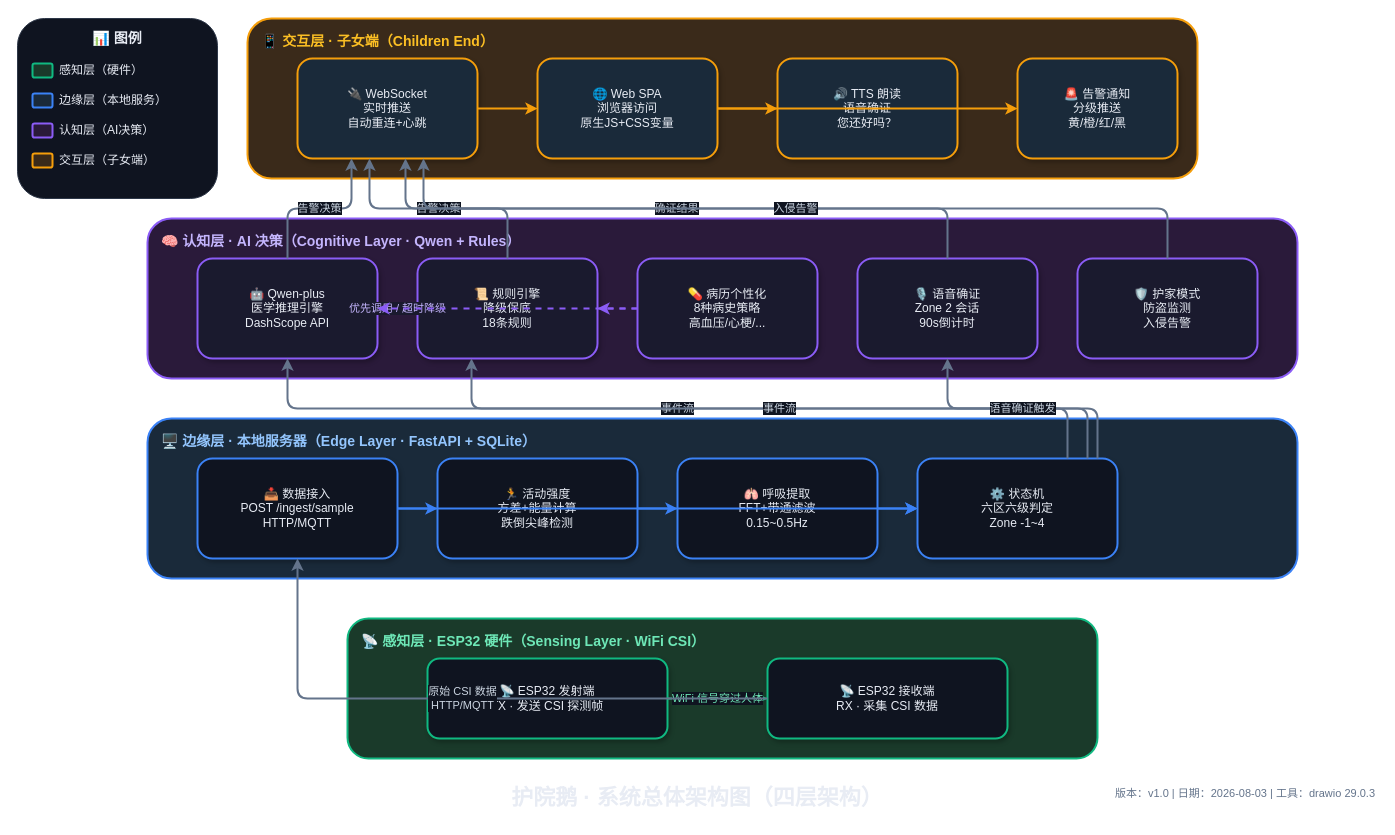
firecangshu/guardgoose keeps this draw.io diagram as docs/diagrams/01_系统架构图.drawio. Above is the earlier version. Source tidied: cells renumbered, new cells numbered last; positions are measured from the earlier drawing's top-left corner, leaving out a move shared by most shapes. Both pictures are drawn from the tidied source at 100%, with x=0, y=0 at pixel (17, 18).
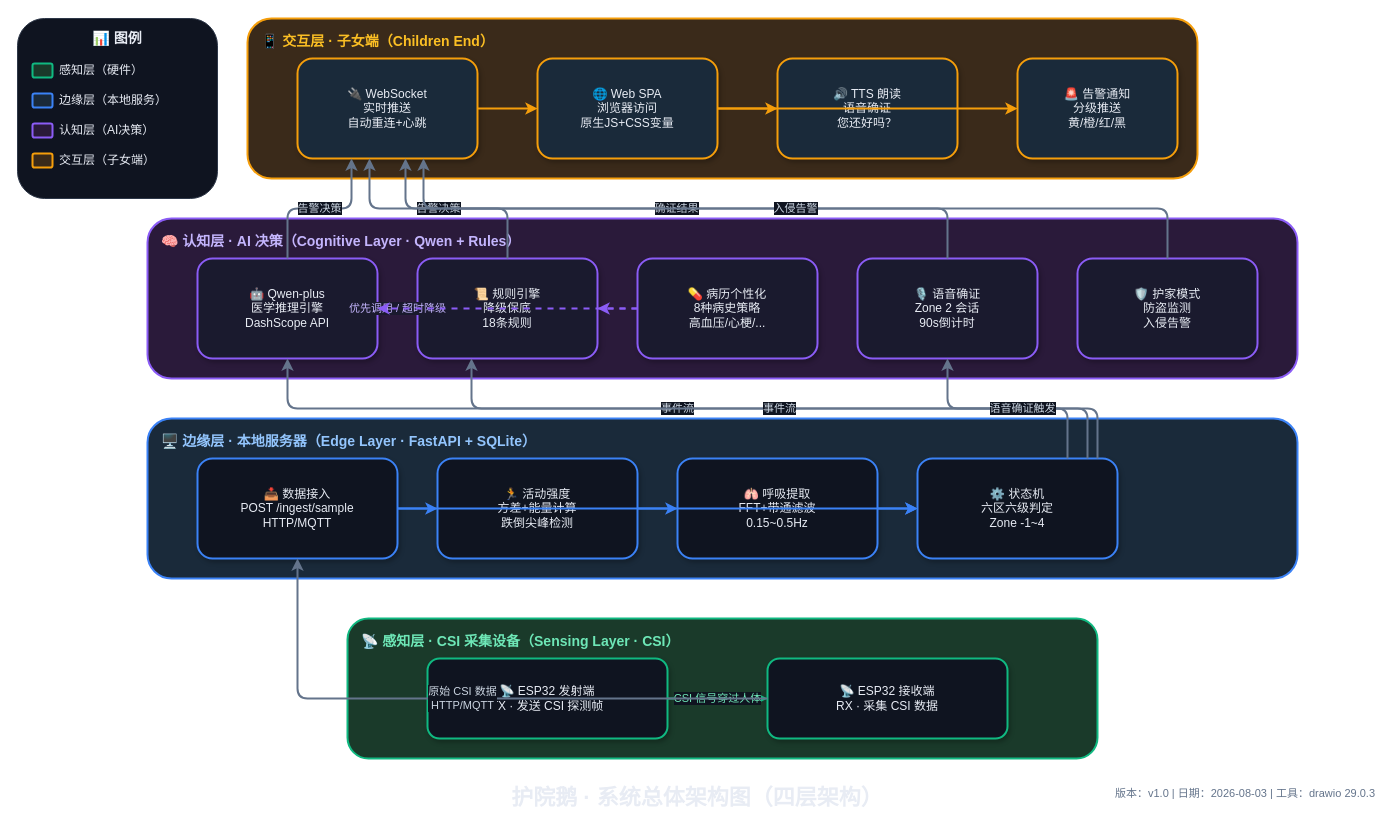
The same diagram, later.

Unchanged cells that the change refers to:
```xml
<mxCell id="20" value="📡 ESP32 发射端&#10;TX · 发送 CSI 探测帧" style="rounded=1;whiteSpace=wrap;html=1;fillColor=#0f1420;strokeColor=#10b981;strokeWidth=2;fontColor=#e8ecf4;fontSize=12;fontFamily=Microsoft YaHei;shadow=1;" parent="1" vertex="1">
  <mxGeometry x="410" y="640" width="240" height="80" as="geometry" />
</mxCell>
<mxCell id="21" value="📡 ESP32 接收端&#10;RX · 采集 CSI 数据" style="rounded=1;whiteSpace=wrap;html=1;fillColor=#0f1420;strokeColor=#10b981;strokeWidth=2;fontColor=#e8ecf4;fontSize=12;fontFamily=Microsoft YaHei;shadow=1;" parent="1" vertex="1">
  <mxGeometry x="750" y="640" width="240" height="80" as="geometry" />
</mxCell>
```

Diff of the diagram source:
```diff
@@
-    <mxCell id="19" value="📡 感知层 · ESP32 硬件（Sensing Layer · WiFi CSI）" style="rounded=1;whiteSpace=wrap;html=1;fillColor=#1a3a2a;strokeColor=#10b981;strokeWidth=2;fontColor=#6ee7b7;fontSize=14;fontStyle=1;fontFamily=Microsoft YaHei;verticalAlign=top;align=left;spacingLeft=12;spacingTop=8;" parent="1" vertex="1">
+    <mxCell id="19" value="📡 感知层 · CSI 采集设备（Sensing Layer · CSI）" style="rounded=1;whiteSpace=wrap;html=1;fillColor=#1a3a2a;strokeColor=#10b981;strokeWidth=2;fontColor=#6ee7b7;fontSize=14;fontStyle=1;fontFamily=Microsoft YaHei;verticalAlign=top;align=left;spacingLeft=12;spacingTop=8;" parent="1" vertex="1">
       <mxGeometry x="330" y="600" width="750" height="140" as="geometry" />
     </mxCell>
@@
-    <mxCell id="22" value="WiFi 信号穿过人体" style="edgeStyle=orthogonalEdgeStyle;rounded=1;jettySize=auto;html=1;strokeColor=#10b981;strokeWidth=2;fontColor=#6ee7b7;fontSize=11;fontFamily=Microsoft YaHei;labelBackgroundColor=#0f1420;" parent="1" edge="1" source="20" target="21">
+    <mxCell id="22" value="CSI 信号穿过人体" style="edgeStyle=orthogonalEdgeStyle;rounded=1;jettySize=auto;html=1;strokeColor=#10b981;strokeWidth=2;fontColor=#6ee7b7;fontSize=11;fontFamily=Microsoft YaHei;labelBackgroundColor=#0f1420;" parent="1" edge="1" source="20" target="21">
       <mxGeometry relative="1" as="geometry" />
     </mxCell>
```
